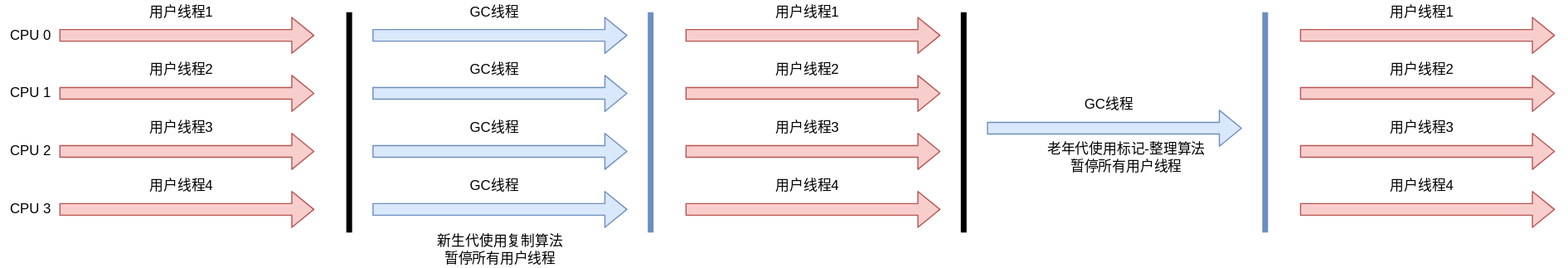
Earlier version of the draw.io export learn/src/main/resources/jvm/readme/static/uml/GC_Parallel.svg (zzyandzzy/openjdk-jdk11u). Source tidied: cells renumbered, new cells last; positions are measured from the earlier drawing's top-left corner, leaving out a move shared by most shapes.
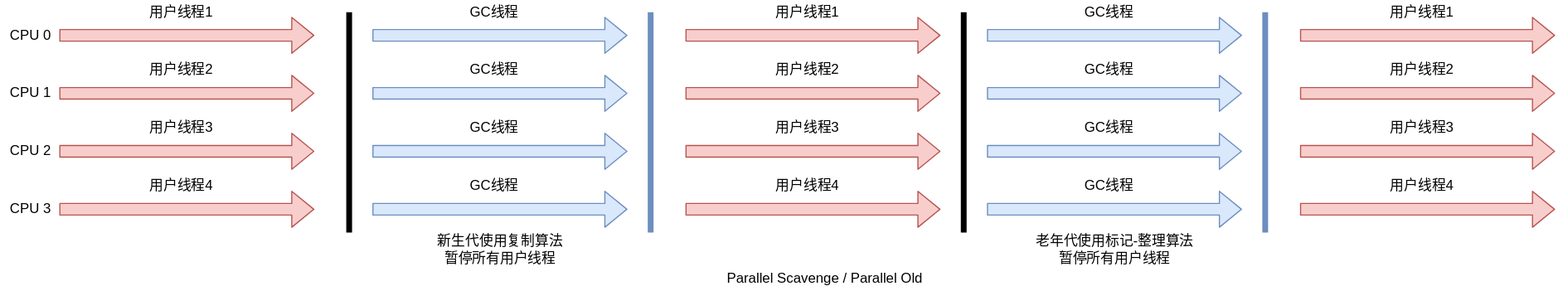
Above is the later version.

Commit message:
jvm-gc-Parallel Scavenge GC：吞吐量优先

Diff of the diagram source:
```diff
@@ -128,21 +128,6 @@
         <mxPoint x="830" y="10" as="targetPoint" />
       </mxGeometry>
     </mxCell>
-    <mxCell id="33" style="group;" parent="1" vertex="1">
-      <mxGeometry x="850" y="80" width="220" height="70" as="geometry" />
-    </mxCell>
-    <mxCell id="34" style="shape=flexArrow;endArrow=classic;html=1;fillColor=#dae8fc;strokeColor=#6c8ebf;" parent="33" edge="1">
-      <mxGeometry x="-50" as="geometry">
-        <mxPoint y="30" as="sourcePoint" />
-        <mxPoint x="220" y="30" as="targetPoint" />
-      </mxGeometry>
-    </mxCell>
-    <mxCell id="35" value="GC线程" style="text;html=1;align=center;verticalAlign=middle;strokeColor=none;" parent="33" vertex="1">
-      <mxGeometry x="75" width="60" height="20" as="geometry" />
-    </mxCell>
-    <mxCell id="36" value="老年代使用标记-整理算法&lt;br&gt;暂停所有用户线程" style="text;html=1;align=center;verticalAlign=middle;strokeColor=none;" parent="33" vertex="1">
-      <mxGeometry x="45" y="40" width="150" height="30" as="geometry" />
-    </mxCell>
     <mxCell id="37" style="endArrow=none;html=1;strokeWidth=5;fillColor=#dae8fc;strokeColor=#6c8ebf;" parent="1" edge="1">
       <mxGeometry relative="1" as="geometry">
         <mxPoint x="1090" y="200" as="sourcePoint" />
@@ -248,5 +233,59 @@
     <mxCell id="62" value="GC线程" style="text;html=1;align=center;verticalAlign=middle;strokeColor=none;" parent="60" vertex="1">
       <mxGeometry x="75" width="60" height="20" as="geometry" />
     </mxCell>
+    <mxCell id="36" value="老年代使用标记-整理算法&lt;br&gt;暂停所有用户线程" style="text;html=1;align=center;verticalAlign=middle;strokeColor=none;" parent="1" vertex="1">
+      <mxGeometry x="885" y="200" width="150" height="30" as="geometry" />
+    </mxCell>
+    <mxCell id="63" style="group;" parent="1" vertex="1">
+      <mxGeometry x="850" width="220" height="30" as="geometry" />
+    </mxCell>
+    <mxCell id="64" style="shape=flexArrow;endArrow=classic;html=1;fillColor=#dae8fc;strokeColor=#6c8ebf;" parent="63" edge="1">
+      <mxGeometry x="-50" as="geometry">
+        <mxPoint y="30" as="sourcePoint" />
+        <mxPoint x="220" y="30" as="targetPoint" />
+      </mxGeometry>
+    </mxCell>
+    <mxCell id="65" value="GC线程" style="text;html=1;align=center;verticalAlign=middle;strokeColor=none;" parent="63" vertex="1">
+      <mxGeometry x="75" width="60" height="20" as="geometry" />
+    </mxCell>
+    <mxCell id="66" style="group;" parent="1" vertex="1">
+      <mxGeometry x="850" y="50" width="220" height="30" as="geometry" />
+    </mxCell>
+    <mxCell id="67" style="shape=flexArrow;endArrow=classic;html=1;fillColor=#dae8fc;strokeColor=#6c8ebf;" parent="66" edge="1">
+      <mxGeometry x="-50" as="geometry">
+        <mxPoint y="30" as="sourcePoint" />
+        <mxPoint x="220" y="30" as="targetPoint" />
+      </mxGeometry>
+    </mxCell>
+    <mxCell id="68" value="GC线程" style="text;html=1;align=center;verticalAlign=middle;strokeColor=none;" parent="66" vertex="1">
+      <mxGeometry x="75" width="60" height="20" as="geometry" />
+    </mxCell>
+    <mxCell id="69" style="group;" parent="1" vertex="1">
+      <mxGeometry x="850" y="100" width="220" height="30" as="geometry" />
+    </mxCell>
+    <mxCell id="70" style="shape=flexArrow;endArrow=classic;html=1;fillColor=#dae8fc;strokeColor=#6c8ebf;" parent="69" edge="1">
+      <mxGeometry x="-50" as="geometry">
+        <mxPoint y="30" as="sourcePoint" />
+        <mxPoint x="220" y="30" as="targetPoint" />
+      </mxGeometry>
+    </mxCell>
+    <mxCell id="71" value="GC线程" style="text;html=1;align=center;verticalAlign=middle;strokeColor=none;" parent="69" vertex="1">
+      <mxGeometry x="75" width="60" height="20" as="geometry" />
+    </mxCell>
+    <mxCell id="72" style="group;" parent="1" vertex="1">
+      <mxGeometry x="850" y="150" width="220" height="30" as="geometry" />
+    </mxCell>
+    <mxCell id="73" style="shape=flexArrow;endArrow=classic;html=1;fillColor=#dae8fc;strokeColor=#6c8ebf;" parent="72" edge="1">
+      <mxGeometry x="-50" as="geometry">
+        <mxPoint y="30" as="sourcePoint" />
+        <mxPoint x="220" y="30" as="targetPoint" />
+      </mxGeometry>
+    </mxCell>
+    <mxCell id="74" value="GC线程" style="text;html=1;align=center;verticalAlign=middle;strokeColor=none;" parent="72" vertex="1">
+      <mxGeometry x="75" width="60" height="20" as="geometry" />
+    </mxCell>
+    <mxCell id="75" value="Parallel Scavenge / Parallel Old" style="text;html=1;align=center;verticalAlign=middle;strokeColor=none;" parent="1" vertex="1">
+      <mxGeometry x="620" y="230" width="180" height="20" as="geometry" />
+    </mxCell>
   </root>
 </mxGraphModel>
```
